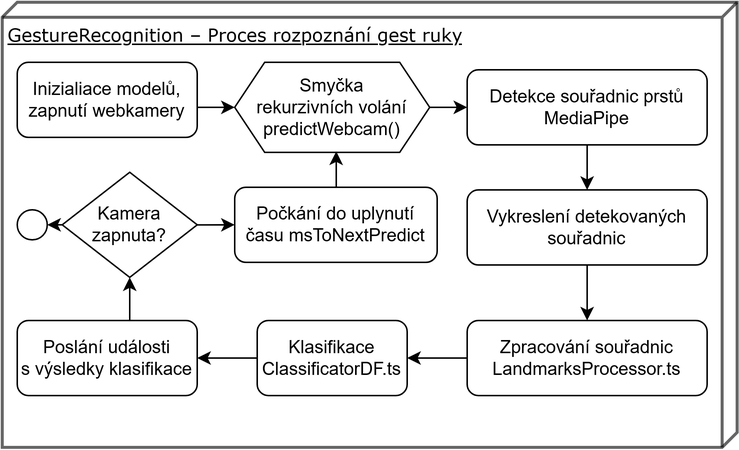
Before: text/graphics/gesture-recognition-diagram.png, a diagram exported from draw.io (martinikf/UPA). Source tidied: cells renumbered, new cells last; positions are measured from the earlier drawing's top-left corner, leaving out a move shared by most shapes. The source it was exported from:
```xml
<mxGraphModel>
  <root>
    <mxCell id="0" />
    <mxCell id="1" parent="0" />
    <mxCell id="2" style="group;strokeWidth=2;rounded=0;opacity=60;" parent="1" vertex="1">
      <mxGeometry width="630" height="310" as="geometry" />
    </mxCell>
    <mxCell id="3" value="GestureRecognition – Proces rozpoznání gest ruky" style="verticalAlign=top;align=left;spacingTop=8;spacingLeft=2;spacingRight=12;shape=cube;size=10;direction=south;fontStyle=4;html=1;rounded=0;shadow=0;comic=0;labelBackgroundColor=none;strokeWidth=2;fontFamily=Verdana;fontSize=12;opacity=60;" parent="2" vertex="1">
      <mxGeometry width="490" height="296.5" as="geometry" />
    </mxCell>
    <mxCell id="4" style="edgeStyle=orthogonalEdgeStyle;rounded=0;jettySize=auto;html=1;entryX=0;entryY=0.5;entryDx=0;entryDy=0;" parent="2" edge="1" source="5" target="7">
      <mxGeometry relative="1" as="geometry">
        <Array as="points">
          <mxPoint x="140" y="70" />
          <mxPoint x="140" y="70" />
        </Array>
      </mxGeometry>
    </mxCell>
    <mxCell id="5" value="&lt;div&gt;Inizialiace modelů,&lt;/div&gt;&lt;div&gt;zapnutí webkamery&lt;/div&gt;" style="rounded=1;whiteSpace=wrap;html=1;" parent="2" vertex="1">
      <mxGeometry x="10" y="40" width="120" height="50" as="geometry" />
    </mxCell>
    <mxCell id="6" style="edgeStyle=orthogonalEdgeStyle;rounded=0;jettySize=auto;html=1;entryX=0;entryY=0.5;entryDx=0;entryDy=0;" parent="2" edge="1" source="7" target="9">
      <mxGeometry relative="1" as="geometry" />
    </mxCell>
    <mxCell id="7" value="Smyčka&lt;br&gt;rekurzivních volání predictWebcam()" style="shape=hexagon;perimeter=hexagonPerimeter2;whiteSpace=wrap;html=1;fixedSize=1;" parent="2" vertex="1">
      <mxGeometry x="155" y="40" width="130" height="60" as="geometry" />
    </mxCell>
    <mxCell id="8" style="edgeStyle=orthogonalEdgeStyle;rounded=0;jettySize=auto;html=1;entryX=0.5;entryY=0;entryDx=0;entryDy=0;" parent="2" edge="1" source="9" target="11">
      <mxGeometry relative="1" as="geometry" />
    </mxCell>
    <mxCell id="9" value="Detekce souřadnic prstů&lt;br&gt;MediaPipe" style="rounded=1;whiteSpace=wrap;html=1;" parent="2" vertex="1">
      <mxGeometry x="310" y="45" width="160" height="50" as="geometry" />
    </mxCell>
    <mxCell id="10" style="edgeStyle=orthogonalEdgeStyle;rounded=0;jettySize=auto;html=1;entryX=0.5;entryY=0;entryDx=0;entryDy=0;" parent="2" edge="1" source="11" target="13">
      <mxGeometry relative="1" as="geometry" />
    </mxCell>
    <mxCell id="11" value="Vykreslení detekovaných souřadnic" style="rounded=1;whiteSpace=wrap;html=1;" parent="2" vertex="1">
      <mxGeometry x="310" y="125" width="160" height="50" as="geometry" />
    </mxCell>
    <mxCell id="12" style="edgeStyle=orthogonalEdgeStyle;rounded=0;jettySize=auto;html=1;entryX=1;entryY=0.5;entryDx=0;entryDy=0;" parent="2" edge="1" source="13" target="15">
      <mxGeometry relative="1" as="geometry" />
    </mxCell>
    <mxCell id="13" value="Zpracování souřadnic&lt;br&gt;LandmarksProcessor.ts" style="rounded=1;whiteSpace=wrap;html=1;" parent="2" vertex="1">
      <mxGeometry x="310" y="212" width="160" height="50" as="geometry" />
    </mxCell>
    <mxCell id="14" style="edgeStyle=orthogonalEdgeStyle;rounded=0;jettySize=auto;html=1;entryX=1;entryY=0.5;entryDx=0;entryDy=0;" parent="2" edge="1" source="15" target="17">
      <mxGeometry relative="1" as="geometry" />
    </mxCell>
    <mxCell id="15" value="&lt;div&gt;Klasifikace&lt;/div&gt;&lt;div&gt;ClassificatorDF.ts &lt;/div&gt;" style="rounded=1;whiteSpace=wrap;html=1;" parent="2" vertex="1">
      <mxGeometry x="170" y="212" width="100" height="50" as="geometry" />
    </mxCell>
    <mxCell id="16" style="edgeStyle=orthogonalEdgeStyle;rounded=0;jettySize=auto;html=1;entryX=0.5;entryY=1;entryDx=0;entryDy=0;" parent="2" edge="1" source="17" target="21">
      <mxGeometry relative="1" as="geometry">
        <Array as="points">
          <mxPoint x="85" y="200" />
          <mxPoint x="85" y="200" />
        </Array>
      </mxGeometry>
    </mxCell>
    <mxCell id="17" value="Poslání události &lt;br&gt;s výsledky klasifikace" style="rounded=1;whiteSpace=wrap;html=1;" parent="2" vertex="1">
      <mxGeometry x="10" y="212" width="120" height="50" as="geometry" />
    </mxCell>
    <mxCell id="18" value="Počkání do uplynutí času msToNextPredict" style="rounded=1;whiteSpace=wrap;html=1;" parent="2" vertex="1">
      <mxGeometry x="155" y="123.3" width="135" height="50" as="geometry" />
    </mxCell>
    <mxCell id="19" style="edgeStyle=orthogonalEdgeStyle;rounded=0;jettySize=auto;html=1;exitX=0;exitY=0.5;exitDx=0;exitDy=0;entryX=1;entryY=0.5;entryDx=0;entryDy=0;" parent="2" edge="1" source="21" target="22">
      <mxGeometry relative="1" as="geometry" />
    </mxCell>
    <mxCell id="20" style="edgeStyle=orthogonalEdgeStyle;rounded=0;jettySize=auto;html=1;entryX=0;entryY=0.5;entryDx=0;entryDy=0;" parent="2" edge="1" source="21" target="18">
      <mxGeometry relative="1" as="geometry" />
    </mxCell>
    <mxCell id="21" value="Kamera zapnuta?" style="rhombus;whiteSpace=wrap;html=1;" parent="2" vertex="1">
      <mxGeometry x="40" y="113.3" width="90" height="70" as="geometry" />
    </mxCell>
    <mxCell id="22" style="ellipse;whiteSpace=wrap;html=1;" parent="2" vertex="1">
      <mxGeometry x="10" y="138.3" width="20" height="20" as="geometry" />
    </mxCell>
    <mxCell id="23" style="edgeStyle=orthogonalEdgeStyle;rounded=0;jettySize=auto;html=1;entryX=0.521;entryY=0.989;entryDx=0;entryDy=0;entryPerimeter=0;" parent="2" edge="1" source="18" target="7">
      <mxGeometry relative="1" as="geometry">
        <Array as="points">
          <mxPoint x="223" y="103" />
        </Array>
      </mxGeometry>
    </mxCell>
  </root>
</mxGraphModel>
```
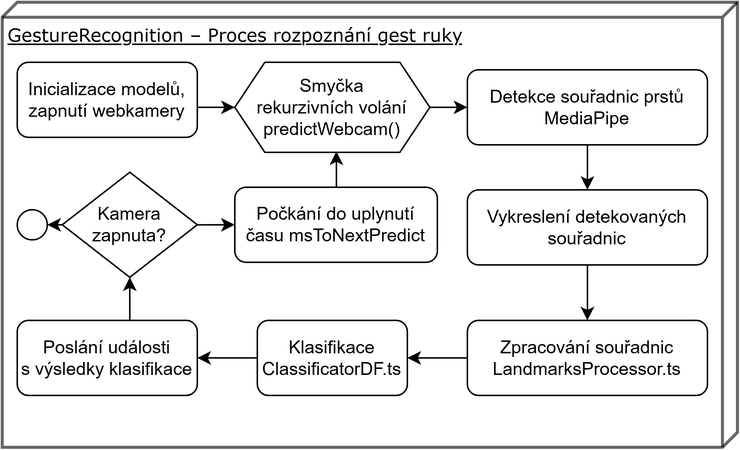
Above is the later version.

The edit, as a diff of the source:
```diff
@@ -16,7 +16,7 @@
         </Array>
       </mxGeometry>
     </mxCell>
-    <mxCell id="5" value="&lt;div&gt;Inizialiace modelů,&lt;/div&gt;&lt;div&gt;zapnutí webkamery&lt;/div&gt;" style="rounded=1;whiteSpace=wrap;html=1;" parent="2" vertex="1">
+    <mxCell id="5" value="&lt;div&gt;Inicializace modelů,&lt;/div&gt;&lt;div&gt;zapnutí webkamery&lt;/div&gt;" style="rounded=1;whiteSpace=wrap;html=1;" parent="2" vertex="1">
       <mxGeometry x="10" y="40" width="120" height="50" as="geometry" />
     </mxCell>
     <mxCell id="6" style="edgeStyle=orthogonalEdgeStyle;rounded=0;jettySize=auto;html=1;entryX=0;entryY=0.5;entryDx=0;entryDy=0;" parent="2" edge="1" source="7" target="9">
```
